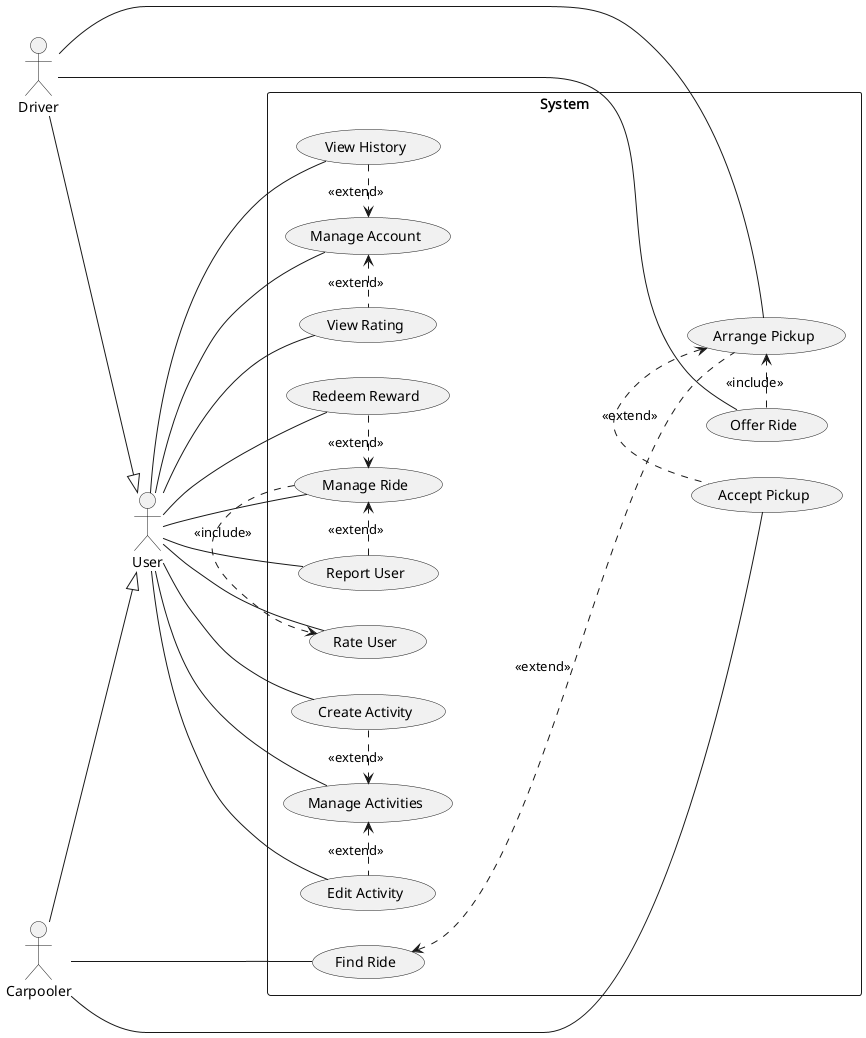
This is reports/images/uml/use-cases.png from YannisRavasopoulos/ProjectSD_S6, a PlantUML export, as it was before one commit.
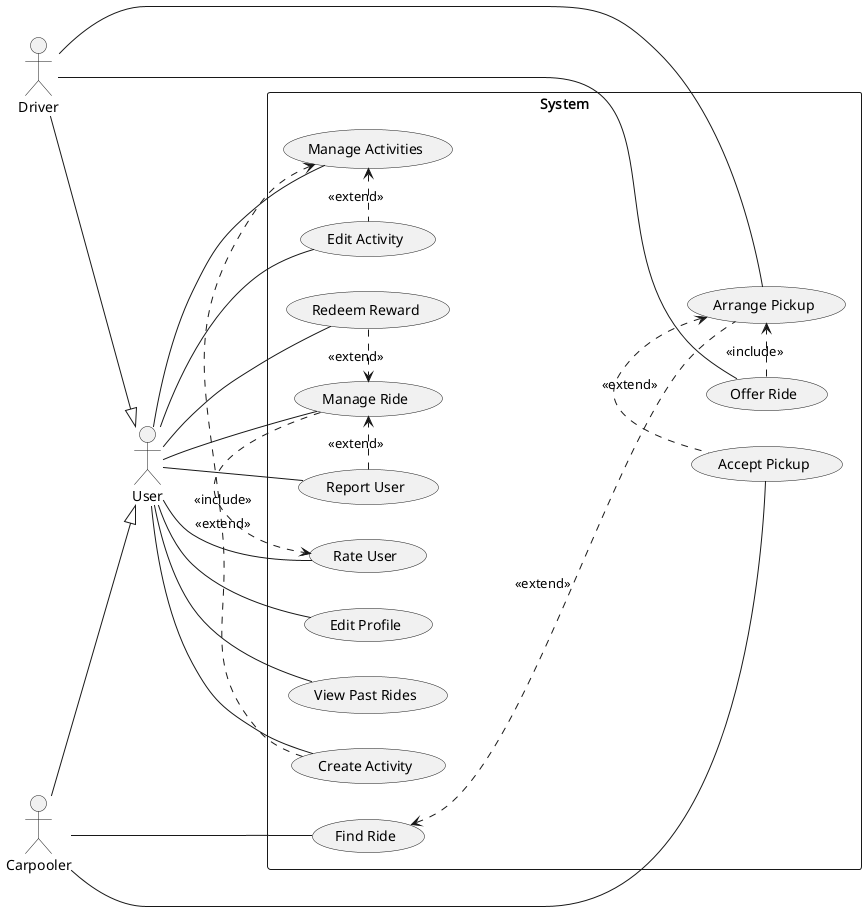
After the change.

The edit, as a diff of the source:
```diff
@@ -14,9 +14,8 @@
     usecase "Manage Activities"
     usecase "Edit Activity"
 
-    usecase "Manage Account"
-    usecase "View History"
-    usecase "View Rating"
+    usecase "Edit Profile"
+    usecase "View Past Rides"
 
     usecase "Rate User"
     usecase "Report User"
@@ -34,9 +33,8 @@
 "User" -- "Create Activity"
 "User" -- "Edit Activity"
 
-"User" -- "Manage Account"
-"User" -- "View History"
-"User" -- "View Rating"
+"User" -- "Edit Profile"
+"User" -- "View Past Rides"
 
 "User" -- "Rate User"
 "User" -- "Report User"
@@ -52,9 +50,6 @@
 "Manage Activities" <.-left- "Create Activity": "<<extend>>"
 "Manage Activities" <.-right- "Edit Activity": "<<extend>>"
 
-"Manage Account" <.-left- "View History": "<<extend>>"
-"Manage Account" <.-right- "View Rating": "<<extend>>"
-
 "Arrange Pickup" <. "Accept Pickup": "<<extend>>"
 
 "Offer Ride" .> "Arrange Pickup": "<<include>>"
```
